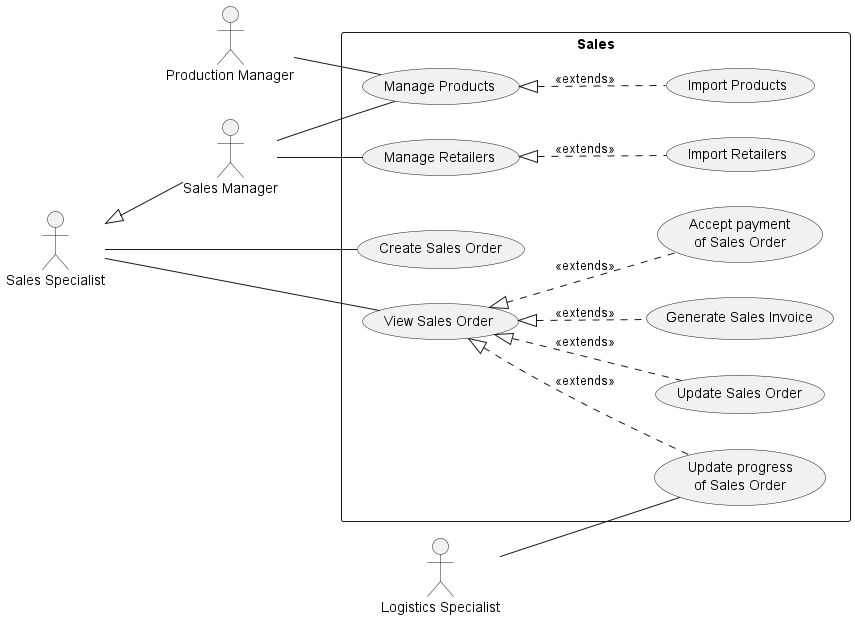
This is use-cases/Sales.png from phihungha/scmss-reqs, a PlantUML export, as it was before one commit.
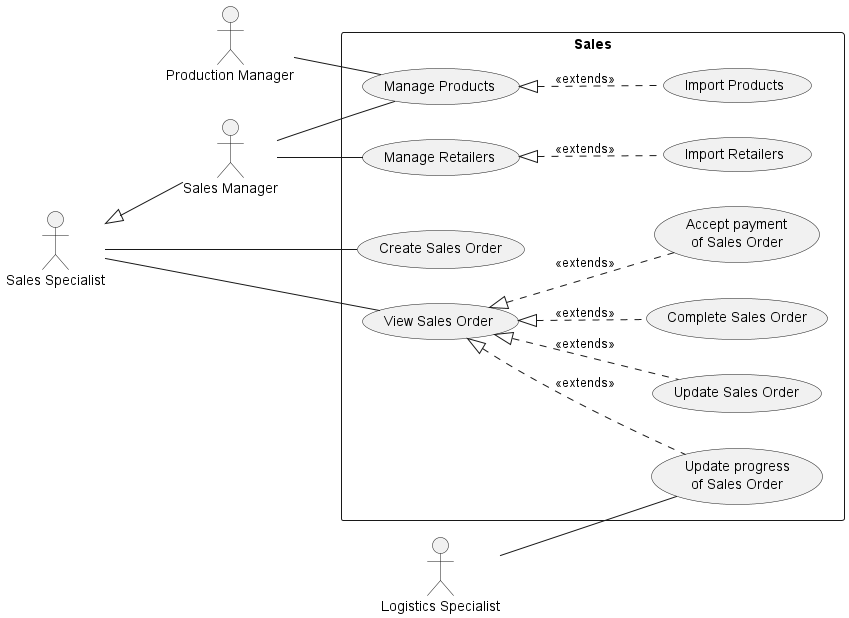
The same diagram one commit later.

Change to the diagram source:
```diff
@@ -16,7 +16,7 @@
     (View Sales Order) <|.. (Update Sales Order) : <<extends>>
     (View Sales Order) <|.. (Update progress\nof Sales Order) : <<extends>>
     ls -- (Update progress\nof Sales Order)
-    (View Sales Order) <|.. (Generate Sales Invoice) : <<extends>>
+    (View Sales Order) <|.. (Complete Sales Order) : <<extends>>
     (View Sales Order) <|.. (Accept payment\nof Sales Order) : <<extends>>
 
     pm -- (Manage Products)
```
